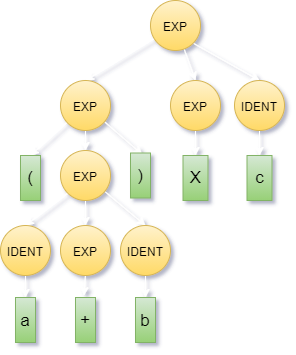
Earlier version of the draw.io export Liguagens/img/ArvoreSintatica1.png (frankalcantara/Aulas). Source tidied: cells renumbered, new cells last; positions are measured from the earlier drawing's top-left corner, leaving out a move shared by most shapes. The source it was exported from:
```xml
<mxGraphModel background="#000000" shadow="1" math="1">
  <root>
    <mxCell id="0" />
    <mxCell id="1" parent="0" />
    <mxCell id="2" style="rounded=0;jettySize=auto;html=1;entryX=0.5;entryY=0;entryDx=0;entryDy=0;fontSize=17;strokeWidth=1;strokeColor=#FFFFFF;" parent="1" edge="1" source="5" target="9">
      <mxGeometry relative="1" as="geometry" />
    </mxCell>
    <mxCell id="3" style="edgeStyle=none;rounded=0;jettySize=auto;html=1;entryX=0.5;entryY=0;entryDx=0;entryDy=0;strokeWidth=1;fontSize=17;strokeColor=#FFFFFF;" parent="1" edge="1" source="5" target="11">
      <mxGeometry relative="1" as="geometry" />
    </mxCell>
    <mxCell id="4" style="edgeStyle=none;rounded=0;jettySize=auto;html=1;exitX=1;exitY=1;exitDx=0;exitDy=0;entryX=0.5;entryY=0;entryDx=0;entryDy=0;strokeWidth=1;fontSize=17;strokeColor=#FFFFFF;" parent="1" edge="1" source="5" target="23">
      <mxGeometry relative="1" as="geometry" />
    </mxCell>
    <mxCell id="5" value="&lt;font style=&quot;font-size: 12px&quot;&gt;EXP&lt;/font&gt;" style="ellipse;whiteSpace=wrap;html=1;fontSize=17;align=center;gradientColor=#ffd966;fillColor=#fff2cc;strokeColor=#d6b656;" parent="1" vertex="1">
      <mxGeometry x="150" width="50" height="50" as="geometry" />
    </mxCell>
    <mxCell id="6" style="edgeStyle=none;rounded=0;jettySize=auto;html=1;entryX=0.587;entryY=0.032;entryDx=0;entryDy=0;entryPerimeter=0;strokeWidth=1;fontSize=17;strokeColor=#FFFFFF;" parent="1" edge="1" source="9" target="13">
      <mxGeometry relative="1" as="geometry" />
    </mxCell>
    <mxCell id="7" style="edgeStyle=none;rounded=0;jettySize=auto;html=1;entryX=0.5;entryY=0;entryDx=0;entryDy=0;strokeWidth=1;fontSize=17;strokeColor=#FFFFFF;" parent="1" edge="1" source="9" target="17">
      <mxGeometry relative="1" as="geometry" />
    </mxCell>
    <mxCell id="8" style="edgeStyle=none;rounded=0;jettySize=auto;html=1;entryX=0.5;entryY=0;entryDx=0;entryDy=0;strokeWidth=1;fontSize=17;strokeColor=#FFFFFF;" parent="1" edge="1" source="9" target="12">
      <mxGeometry relative="1" as="geometry" />
    </mxCell>
    <mxCell id="9" value="&lt;font style=&quot;font-size: 12px&quot;&gt;EXP&lt;/font&gt;" style="ellipse;whiteSpace=wrap;html=1;fontSize=17;align=center;gradientColor=#ffd966;fillColor=#fff2cc;strokeColor=#d6b656;" parent="1" vertex="1">
      <mxGeometry x="60" y="80" width="50" height="50" as="geometry" />
    </mxCell>
    <mxCell id="10" style="edgeStyle=none;rounded=0;jettySize=auto;html=1;strokeWidth=1;fontSize=17;strokeColor=#FFFFFF;" parent="1" edge="1" source="11" target="18">
      <mxGeometry relative="1" as="geometry" />
    </mxCell>
    <mxCell id="11" value="&lt;font style=&quot;font-size: 12px&quot;&gt;EXP&lt;/font&gt;" style="ellipse;whiteSpace=wrap;html=1;fontSize=17;align=center;gradientColor=#ffd966;fillColor=#fff2cc;strokeColor=#d6b656;" parent="1" vertex="1">
      <mxGeometry x="170" y="80" width="50" height="50" as="geometry" />
    </mxCell>
    <mxCell id="12" value="(" style="rounded=0;whiteSpace=wrap;html=1;fontSize=17;align=center;gradientColor=#97d077;fillColor=#d5e8d4;strokeColor=#82b366;" parent="1" vertex="1">
      <mxGeometry x="20" y="155" width="20" height="45" as="geometry" />
    </mxCell>
    <mxCell id="13" value=")" style="rounded=0;whiteSpace=wrap;html=1;fontSize=17;align=center;gradientColor=#97d077;fillColor=#d5e8d4;strokeColor=#82b366;" parent="1" vertex="1">
      <mxGeometry x="130" y="152.5" width="20" height="45" as="geometry" />
    </mxCell>
    <mxCell id="14" style="edgeStyle=none;rounded=0;jettySize=auto;html=1;strokeWidth=1;fontSize=17;strokeColor=#FFFFFF;" parent="1" edge="1" source="17" target="20">
      <mxGeometry relative="1" as="geometry" />
    </mxCell>
    <mxCell id="15" style="edgeStyle=none;rounded=0;jettySize=auto;html=1;exitX=0;exitY=1;exitDx=0;exitDy=0;entryX=0.5;entryY=0;entryDx=0;entryDy=0;strokeWidth=1;fontSize=17;strokeColor=#FFFFFF;" parent="1" edge="1" source="17" target="29">
      <mxGeometry relative="1" as="geometry" />
    </mxCell>
    <mxCell id="16" style="edgeStyle=none;rounded=0;jettySize=auto;html=1;entryX=0.5;entryY=0;entryDx=0;entryDy=0;strokeWidth=1;fontSize=17;strokeColor=#FFFFFF;" parent="1" edge="1" source="17" target="26">
      <mxGeometry relative="1" as="geometry" />
    </mxCell>
    <mxCell id="17" value="&lt;font style=&quot;font-size: 12px&quot;&gt;EXP&lt;/font&gt;" style="ellipse;whiteSpace=wrap;html=1;fontSize=17;align=center;gradientColor=#ffd966;fillColor=#fff2cc;strokeColor=#d6b656;" parent="1" vertex="1">
      <mxGeometry x="60" y="150" width="50" height="50" as="geometry" />
    </mxCell>
    <mxCell id="18" value="X" style="rounded=0;whiteSpace=wrap;html=1;fontSize=17;align=center;gradientColor=#97d077;fillColor=#d5e8d4;strokeColor=#82b366;" parent="1" vertex="1">
      <mxGeometry x="182.5" y="155" width="25" height="45" as="geometry" />
    </mxCell>
    <mxCell id="19" style="edgeStyle=none;rounded=0;jettySize=auto;html=1;exitX=0.5;exitY=1;exitDx=0;exitDy=0;entryX=0.421;entryY=-0.044;entryDx=0;entryDy=0;entryPerimeter=0;strokeWidth=1;fontSize=17;strokeColor=#FFFFFF;" parent="1" edge="1" source="20" target="21">
      <mxGeometry relative="1" as="geometry" />
    </mxCell>
    <mxCell id="20" value="&lt;font style=&quot;font-size: 12px&quot;&gt;EXP&lt;/font&gt;" style="ellipse;whiteSpace=wrap;html=1;fontSize=17;align=center;gradientColor=#ffd966;fillColor=#fff2cc;strokeColor=#d6b656;" parent="1" vertex="1">
      <mxGeometry x="60" y="225" width="50" height="50" as="geometry" />
    </mxCell>
    <mxCell id="21" value="+" style="rounded=0;whiteSpace=wrap;html=1;fontSize=17;align=center;gradientColor=#97d077;fillColor=#d5e8d4;strokeColor=#82b366;" parent="1" vertex="1">
      <mxGeometry x="75" y="297" width="20" height="45" as="geometry" />
    </mxCell>
    <mxCell id="22" style="edgeStyle=none;rounded=0;jettySize=auto;html=1;entryX=0.5;entryY=0;entryDx=0;entryDy=0;strokeWidth=1;fontSize=17;strokeColor=#FFFFFF;" parent="1" edge="1" source="23" target="24">
      <mxGeometry relative="1" as="geometry" />
    </mxCell>
    <mxCell id="23" value="&lt;font style=&quot;font-size: 12px&quot;&gt;IDENT&lt;/font&gt;" style="ellipse;whiteSpace=wrap;html=1;fontSize=17;align=center;gradientColor=#ffd966;fillColor=#fff2cc;strokeColor=#d6b656;" parent="1" vertex="1">
      <mxGeometry x="234" y="80" width="50" height="50" as="geometry" />
    </mxCell>
    <mxCell id="24" value="c" style="rounded=0;whiteSpace=wrap;html=1;fontSize=17;align=center;gradientColor=#97d077;fillColor=#d5e8d4;strokeColor=#82b366;" parent="1" vertex="1">
      <mxGeometry x="246.5" y="155" width="25" height="45" as="geometry" />
    </mxCell>
    <mxCell id="25" style="edgeStyle=none;rounded=0;jettySize=auto;html=1;entryX=0.5;entryY=0;entryDx=0;entryDy=0;strokeWidth=1;fontSize=17;strokeColor=#FFFFFF;" parent="1" edge="1" source="26" target="27">
      <mxGeometry relative="1" as="geometry" />
    </mxCell>
    <mxCell id="26" value="&lt;font style=&quot;font-size: 12px&quot;&gt;IDENT&lt;/font&gt;" style="ellipse;whiteSpace=wrap;html=1;fontSize=17;align=center;gradientColor=#ffd966;fillColor=#fff2cc;strokeColor=#d6b656;" parent="1" vertex="1">
      <mxGeometry x="120" y="225" width="50" height="50" as="geometry" />
    </mxCell>
    <mxCell id="27" value="b" style="rounded=0;whiteSpace=wrap;html=1;fontSize=17;align=center;gradientColor=#97d077;fillColor=#d5e8d4;strokeColor=#82b366;" parent="1" vertex="1">
      <mxGeometry x="135" y="297" width="20" height="45" as="geometry" />
    </mxCell>
    <mxCell id="28" style="edgeStyle=none;rounded=0;jettySize=auto;html=1;entryX=0.5;entryY=0;entryDx=0;entryDy=0;strokeWidth=1;fontSize=17;strokeColor=#FFFFFF;" parent="1" edge="1" source="29" target="30">
      <mxGeometry relative="1" as="geometry" />
    </mxCell>
    <mxCell id="29" value="&lt;font style=&quot;font-size: 12px&quot;&gt;IDENT&lt;/font&gt;" style="ellipse;whiteSpace=wrap;html=1;fontSize=17;align=center;gradientColor=#ffd966;fillColor=#fff2cc;strokeColor=#d6b656;" parent="1" vertex="1">
      <mxGeometry y="225" width="50" height="50" as="geometry" />
    </mxCell>
    <mxCell id="30" value="a" style="rounded=0;whiteSpace=wrap;html=1;fontSize=17;align=center;gradientColor=#97d077;fillColor=#d5e8d4;strokeColor=#82b366;" parent="1" vertex="1">
      <mxGeometry x="15" y="297" width="20" height="45" as="geometry" />
    </mxCell>
  </root>
</mxGraphModel>
```
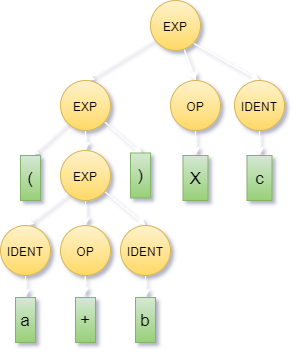
After the commit.

What changed in the source:
```diff
@@ -29,7 +29,7 @@
     <mxCell id="10" style="edgeStyle=none;rounded=0;jettySize=auto;html=1;strokeWidth=1;fontSize=17;strokeColor=#FFFFFF;" parent="1" edge="1" source="11" target="18">
       <mxGeometry relative="1" as="geometry" />
     </mxCell>
-    <mxCell id="11" value="&lt;font style=&quot;font-size: 12px&quot;&gt;EXP&lt;/font&gt;" style="ellipse;whiteSpace=wrap;html=1;fontSize=17;align=center;gradientColor=#ffd966;fillColor=#fff2cc;strokeColor=#d6b656;" parent="1" vertex="1">
+    <mxCell id="11" value="&lt;font style=&quot;font-size: 12px&quot;&gt;OP&lt;/font&gt;" style="ellipse;whiteSpace=wrap;html=1;fontSize=17;align=center;gradientColor=#ffd966;fillColor=#fff2cc;strokeColor=#d6b656;" parent="1" vertex="1">
       <mxGeometry x="170" y="80" width="50" height="50" as="geometry" />
     </mxCell>
     <mxCell id="12" value="(" style="rounded=0;whiteSpace=wrap;html=1;fontSize=17;align=center;gradientColor=#97d077;fillColor=#d5e8d4;strokeColor=#82b366;" parent="1" vertex="1">
@@ -56,7 +56,7 @@
     <mxCell id="19" style="edgeStyle=none;rounded=0;jettySize=auto;html=1;exitX=0.5;exitY=1;exitDx=0;exitDy=0;entryX=0.421;entryY=-0.044;entryDx=0;entryDy=0;entryPerimeter=0;strokeWidth=1;fontSize=17;strokeColor=#FFFFFF;" parent="1" edge="1" source="20" target="21">
       <mxGeometry relative="1" as="geometry" />
     </mxCell>
-    <mxCell id="20" value="&lt;font style=&quot;font-size: 12px&quot;&gt;EXP&lt;/font&gt;" style="ellipse;whiteSpace=wrap;html=1;fontSize=17;align=center;gradientColor=#ffd966;fillColor=#fff2cc;strokeColor=#d6b656;" parent="1" vertex="1">
+    <mxCell id="20" value="&lt;font style=&quot;font-size: 12px&quot;&gt;OP&lt;/font&gt;" style="ellipse;whiteSpace=wrap;html=1;fontSize=17;align=center;gradientColor=#ffd966;fillColor=#fff2cc;strokeColor=#d6b656;" parent="1" vertex="1">
       <mxGeometry x="60" y="225" width="50" height="50" as="geometry" />
     </mxCell>
     <mxCell id="21" value="+" style="rounded=0;whiteSpace=wrap;html=1;fontSize=17;align=center;gradientColor=#97d077;fillColor=#d5e8d4;strokeColor=#82b366;" parent="1" vertex="1">
```
